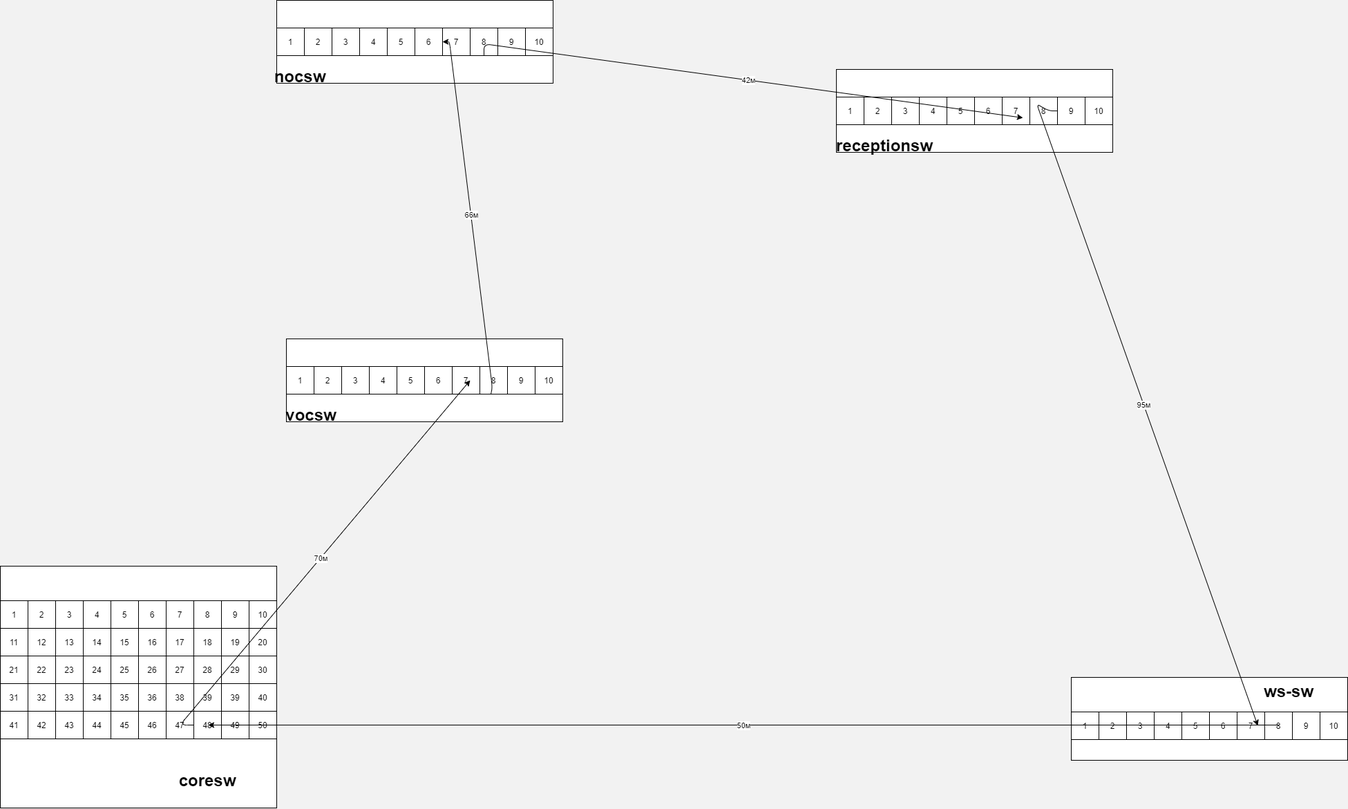
OpenFest/openfest-network-2021 keeps this draw.io diagram as NetworkDiagram/Core_Network_Topology.png. Above is the earlier version. Source tidied: cells renumbered, new cells last; positions are measured from the earlier drawing's top-left corner, leaving out a move shared by most shapes.
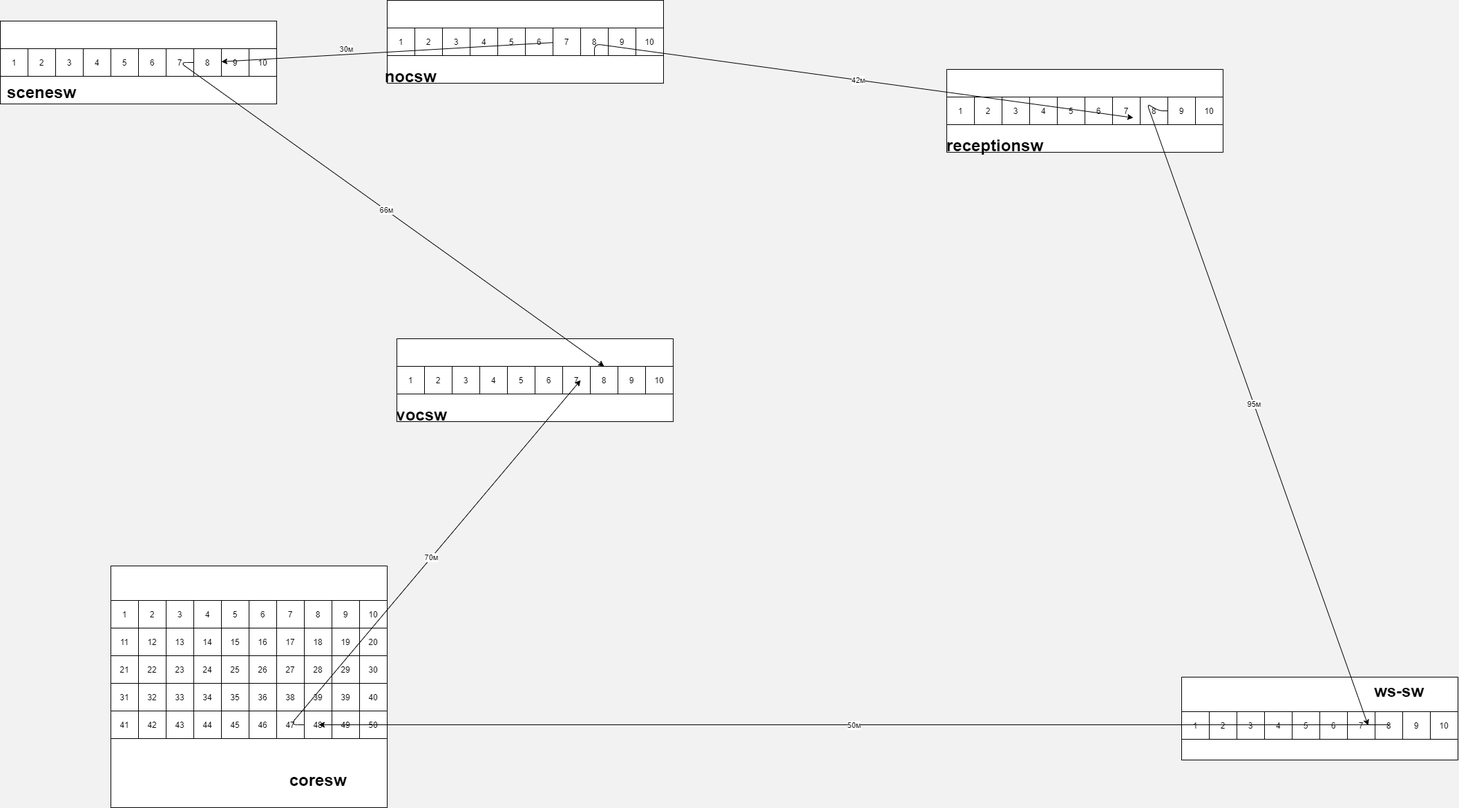
The same file after the commit.

Commit message:
Adding Scene Switch to the Topology

What changed in the source:
```diff
@@ -356,16 +356,62 @@
     <mxCell id="112" value="70м" style="edgeLabel;html=1;align=center;verticalAlign=middle;" parent="111" vertex="1">
       <mxGeometry relative="1" as="geometry" />
     </mxCell>
-    <mxCell id="113" style="endArrow=classic;html=1;" parent="1" edge="1" source="23" target="11">
-      <mxGeometry relative="1" as="geometry">
-        <Array as="points">
-          <mxPoint x="712" y="560" />
-          <mxPoint x="650" y="60" />
-        </Array>
-      </mxGeometry>
-    </mxCell>
+    <mxCell id="115" style="rounded=0;whiteSpace=wrap;html=1;" parent="1" vertex="1">
+      <mxGeometry x="-160" y="30" width="400" height="120" as="geometry" />
+    </mxCell>
+    <mxCell id="116" value="1" style="whiteSpace=wrap;html=1;" parent="1" vertex="1">
+      <mxGeometry x="-160" y="70" width="40" height="40" as="geometry" />
+    </mxCell>
+    <mxCell id="117" value="2" style="whiteSpace=wrap;html=1;" parent="1" vertex="1">
+      <mxGeometry x="-120" y="70" width="40" height="40" as="geometry" />
+    </mxCell>
+    <mxCell id="118" value="3" style="whiteSpace=wrap;html=1;" parent="1" vertex="1">
+      <mxGeometry x="-80" y="70" width="40" height="40" as="geometry" />
+    </mxCell>
+    <mxCell id="119" value="4" style="whiteSpace=wrap;html=1;" parent="1" vertex="1">
+      <mxGeometry x="-40" y="70" width="40" height="40" as="geometry" />
+    </mxCell>
+    <mxCell id="120" value="5" style="whiteSpace=wrap;html=1;" parent="1" vertex="1">
+      <mxGeometry y="70" width="40" height="40" as="geometry" />
+    </mxCell>
+    <mxCell id="121" style="edgeStyle=orthogonalEdgeStyle;rounded=0;jettySize=auto;html=1;" parent="1" edge="1" source="123" target="127">
+      <mxGeometry relative="1" as="geometry" />
+    </mxCell>
+    <mxCell id="122" style="edgeStyle=orthogonalEdgeStyle;rounded=0;jettySize=auto;html=1;exitX=1;exitY=0.75;exitDx=0;exitDy=0;" parent="1" edge="1" source="123" target="124">
+      <mxGeometry relative="1" as="geometry" />
+    </mxCell>
+    <mxCell id="123" value="6" style="whiteSpace=wrap;html=1;" parent="1" vertex="1">
+      <mxGeometry x="40" y="70" width="40" height="40" as="geometry" />
+    </mxCell>
+    <mxCell id="124" value="7" style="whiteSpace=wrap;html=1;" parent="1" vertex="1">
+      <mxGeometry x="80" y="70" width="40" height="40" as="geometry" />
+    </mxCell>
+    <mxCell id="125" value="8" style="whiteSpace=wrap;html=1;" parent="1" vertex="1">
+      <mxGeometry x="120" y="70" width="40" height="40" as="geometry" />
+    </mxCell>
+    <mxCell id="126" value="9" style="whiteSpace=wrap;html=1;" parent="1" vertex="1">
+      <mxGeometry x="160" y="70" width="40" height="40" as="geometry" />
+    </mxCell>
+    <mxCell id="127" value="10" style="whiteSpace=wrap;html=1;" parent="1" vertex="1">
+      <mxGeometry x="200" y="70" width="40" height="40" as="geometry" />
+    </mxCell>
+    <mxCell id="128" value="&lt;h1&gt;scenesw&lt;/h1&gt;&lt;div&gt;&lt;br&gt;&lt;/div&gt;" style="text;html=1;strokeColor=none;fillColor=none;align=center;verticalAlign=middle;whiteSpace=wrap;rounded=0;" parent="1" vertex="1">
+      <mxGeometry x="-120" y="130" width="40" height="20" as="geometry" />
+    </mxCell>
+    <mxCell id="129" style="endArrow=classic;html=1;" parent="1" edge="1" source="11" target="125">
+      <mxGeometry relative="1" as="geometry" />
+    </mxCell>
+    <mxCell id="130" value="30м" style="edgeLabel;html=1;align=center;verticalAlign=middle;" parent="129" vertex="1">
+      <mxGeometry relative="1" as="geometry">
+        <mxPoint x="-60" y="-5" as="offset" />
+      </mxGeometry>
+    </mxCell>
-    <mxCell id="114" value="66м" style="edgeLabel;html=1;align=center;verticalAlign=middle;" parent="113" vertex="1">
-      <mxGeometry relative="1" as="geometry" />
+    <mxCell id="114" value="66м" style="endArrow=classic;html=1;entryX=0.5;entryY=0;entryDx=0;entryDy=0;" parent="1" edge="1" source="124" target="23">
+      <mxGeometry relative="1" as="geometry">
+        <Array as="points">
+          <mxPoint x="100" y="90" />
+        </Array>
+      </mxGeometry>
     </mxCell>
   </root>
 </mxGraphModel>
```
